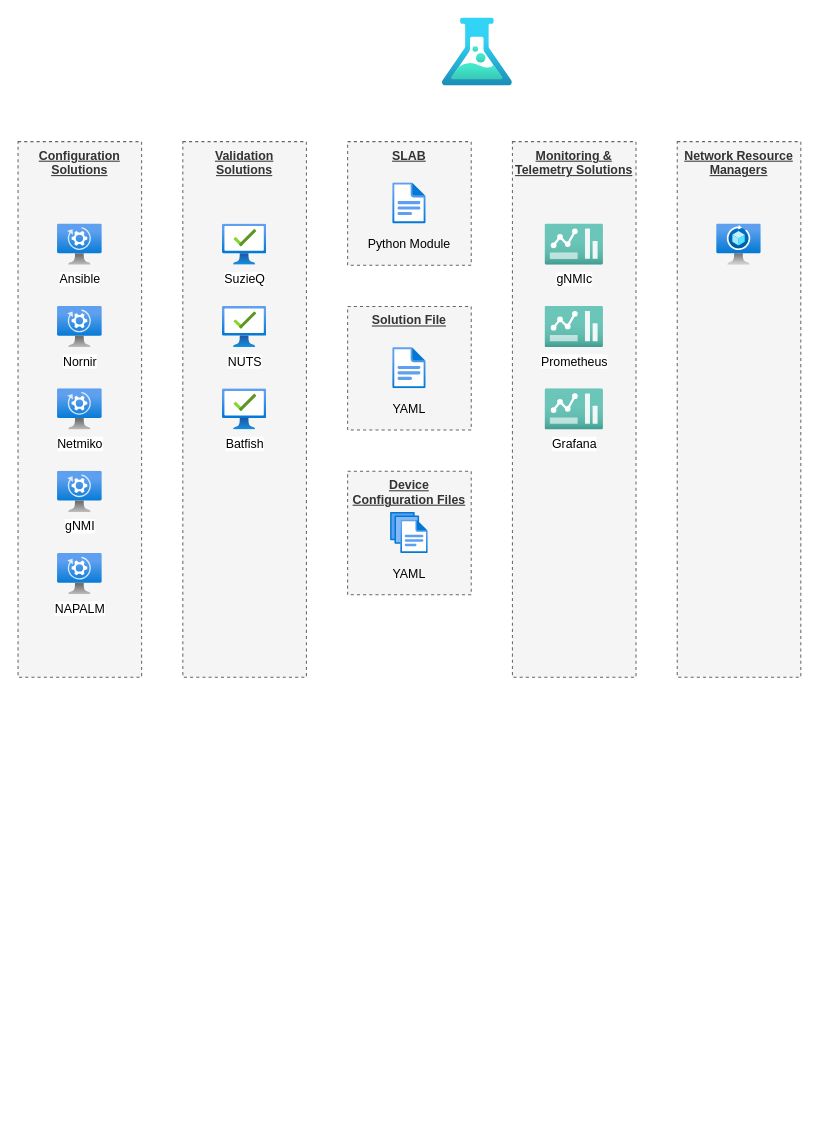
This is page "Overview" (2 of 2) of npa-plane.drawio from commitconfirmed/draw-io, a draw.io file, before an edit. Source tidied: cells renumbered, new cells numbered last; positions are measured from the earlier drawing's top-left corner, leaving out a move shared by most shapes. Both pictures are drawn from the tidied source at 103%, with x=0, y=0 at pixel (18, 18).
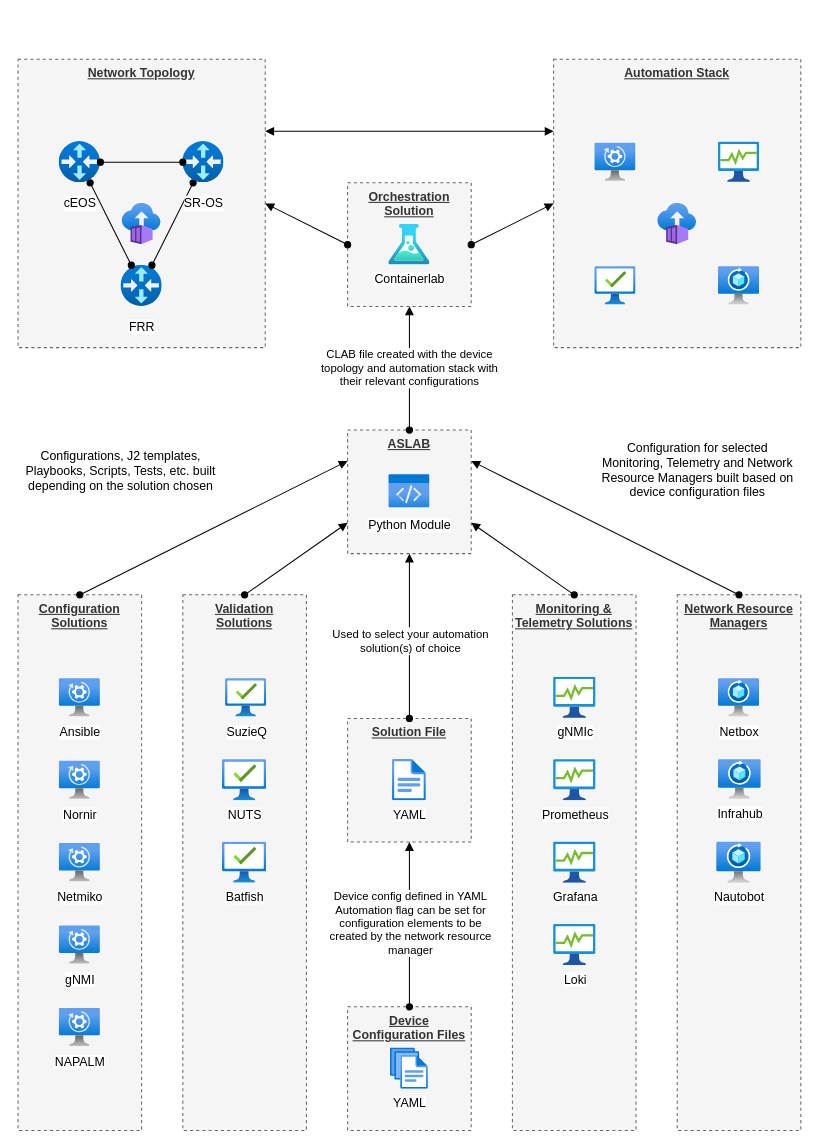
The same page after the edit.

Change to the diagram source:
```diff
@@
     <mxCell id="2" value="&lt;b&gt;&lt;u&gt;Solution File&lt;/u&gt;&lt;/b&gt;" style="rounded=0;whiteSpace=wrap;html=1;dashed=1;fillColor=#f5f5f5;strokeColor=#666666;fontColor=#333333;labelPosition=center;verticalLabelPosition=middle;align=center;verticalAlign=top;spacingTop=0;" parent="1" vertex="1">
-      <mxGeometry x="320" y="280" width="120" height="120" as="geometry" />
+      <mxGeometry x="320" y="680" width="120" height="120" as="geometry" />
     </mxCell>
-    <mxCell id="3" value="YAML" style="text;html=1;align=center;verticalAlign=middle;whiteSpace=wrap;rounded=0;" parent="1" vertex="1">
-      <mxGeometry x="320" y="360" width="120" height="40" as="geometry" />
-    </mxCell>
-    <mxCell id="4" style="image;html=1;align=center;fontSize=12;image=img/lib/azure2/general/File.svg;" parent="1" vertex="1">
-      <mxGeometry x="363.8" y="320" width="32.5" height="40" as="geometry" />
-    </mxCell>
     <mxCell id="5" value="&lt;b&gt;&lt;u&gt;Device Configuration Files&lt;/u&gt;&lt;/b&gt;" style="rounded=0;whiteSpace=wrap;html=1;dashed=1;fillColor=#f5f5f5;strokeColor=#666666;fontColor=#333333;labelPosition=center;verticalLabelPosition=middle;align=center;verticalAlign=top;spacingTop=0;spacing=2;" parent="1" vertex="1">
-      <mxGeometry x="320" y="440" width="120" height="120" as="geometry" />
+      <mxGeometry x="320" y="960" width="120" height="120" as="geometry" />
     </mxCell>
-    <mxCell id="6" value="YAML" style="text;html=1;align=center;verticalAlign=middle;whiteSpace=wrap;rounded=0;" parent="1" vertex="1">
-      <mxGeometry x="320" y="520" width="120" height="40" as="geometry" />
-    </mxCell>
-    <mxCell id="7" style="image;html=1;align=center;fontSize=12;image=img/lib/azure2/general/Files.svg;" parent="1" vertex="1">
-      <mxGeometry x="361.7" y="480" width="36.6" height="40" as="geometry" />
+    <mxCell id="7" value="YAML" style="image;html=1;align=center;fontSize=12;image=img/lib/azure2/general/Files.svg;" parent="1" vertex="1">
+      <mxGeometry x="360" y="1000" width="40" height="40" as="geometry" />
     </mxCell>
-    <mxCell id="8" value="&lt;b&gt;&lt;u&gt;SLAB&lt;/u&gt;&lt;/b&gt;" style="rounded=0;whiteSpace=wrap;html=1;dashed=1;fillColor=#f5f5f5;strokeColor=#666666;fontColor=#333333;labelPosition=center;verticalLabelPosition=middle;align=center;verticalAlign=top;spacingTop=0;" parent="1" vertex="1">
-      <mxGeometry x="320" y="120" width="120" height="120" as="geometry" />
+    <mxCell id="8" value="&lt;b&gt;&lt;u&gt;ASLAB&lt;/u&gt;&lt;/b&gt;" style="rounded=0;whiteSpace=wrap;html=1;dashed=1;fillColor=#f5f5f5;strokeColor=#666666;fontColor=#333333;labelPosition=center;verticalLabelPosition=middle;align=center;verticalAlign=top;spacingTop=0;" parent="1" vertex="1">
+      <mxGeometry x="320" y="400" width="120" height="120" as="geometry" />
     </mxCell>
-    <mxCell id="9" value="Python Module" style="text;html=1;align=center;verticalAlign=middle;whiteSpace=wrap;rounded=0;" parent="1" vertex="1">
-      <mxGeometry x="320" y="200" width="120" height="40" as="geometry" />
-    </mxCell>
-    <mxCell id="10" style="image;html=1;align=center;fontSize=12;image=img/lib/azure2/general/File.svg;" parent="1" vertex="1">
-      <mxGeometry x="363.8" y="160" width="32.5" height="40" as="geometry" />
-    </mxCell>
     <mxCell id="11" value="&lt;b&gt;&lt;u&gt;Configuration Solutions&lt;/u&gt;&lt;/b&gt;" style="rounded=0;whiteSpace=wrap;html=1;dashed=1;fillColor=#f5f5f5;strokeColor=#666666;fontColor=#333333;labelPosition=center;verticalLabelPosition=middle;align=center;verticalAlign=top;spacingTop=0;" parent="1" vertex="1">
-      <mxGeometry y="120" width="120" height="520" as="geometry" />
+      <mxGeometry y="560" width="120" height="520" as="geometry" />
     </mxCell>
-    <mxCell id="12" style="image;html=1;align=center;fontSize=12;image=img/lib/azure2/general/Load_Test.svg;" parent="1" vertex="1">
-      <mxGeometry x="412" width="68" height="66" as="geometry" />
-    </mxCell>
     <mxCell id="13" value="Ansible" style="image;html=1;align=center;fontSize=12;image=img/lib/azure2/compute/Automanaged_VM.svg;" parent="1" vertex="1">
-      <mxGeometry x="38.1" y="200" width="43.9" height="40" as="geometry" />
+      <mxGeometry x="40" y="640" width="40" height="40" as="geometry" />
     </mxCell>
-    <mxCell id="14" value="Nornir" style="image;html=1;align=center;fontSize=12;image=img/lib/azure2/compute/Automanaged_VM.svg;" parent="1" vertex="1">
-      <mxGeometry x="38.1" y="280" width="43.9" height="40" as="geometry" />
-    </mxCell>
-    <mxCell id="15" value="Netmiko" style="image;html=1;align=center;fontSize=12;image=img/lib/azure2/compute/Automanaged_VM.svg;" parent="1" vertex="1">
-      <mxGeometry x="38.1" y="360" width="43.9" height="40" as="geometry" />
-    </mxCell>
-    <mxCell id="16" value="gNMI" style="image;html=1;align=center;fontSize=12;image=img/lib/azure2/compute/Automanaged_VM.svg;" parent="1" vertex="1">
-      <mxGeometry x="38.1" y="440" width="43.9" height="40" as="geometry" />
-    </mxCell>
-    <mxCell id="17" value="NAPALM" style="image;html=1;align=center;fontSize=12;image=img/lib/azure2/compute/Automanaged_VM.svg;" parent="1" vertex="1">
-      <mxGeometry x="38.1" y="520" width="43.9" height="40" as="geometry" />
-    </mxCell>
     <mxCell id="18" value="&lt;b&gt;&lt;u&gt;Validation&lt;/u&gt;&lt;/b&gt;&lt;div&gt;&lt;b&gt;&lt;u&gt;Solutions&lt;/u&gt;&lt;/b&gt;&lt;/div&gt;" style="rounded=0;whiteSpace=wrap;html=1;dashed=1;fillColor=#f5f5f5;strokeColor=#666666;fontColor=#333333;labelPosition=center;verticalLabelPosition=middle;align=center;verticalAlign=top;spacingTop=0;" parent="1" vertex="1">
-      <mxGeometry x="160" y="120" width="120" height="520" as="geometry" />
+      <mxGeometry x="160" y="560" width="120" height="520" as="geometry" />
     </mxCell>
     <mxCell id="19" value="SuzieQ" style="image;html=1;align=center;fontSize=12;image=img/lib/azure2/management_governance/Managed_Desktop.svg;" parent="1" vertex="1">
-      <mxGeometry x="198.5" y="200" width="43" height="40" as="geometry" />
+      <mxGeometry x="201.5" y="640" width="40" height="40" as="geometry" />
     </mxCell>
     <mxCell id="20" value="NUTS" style="image;html=1;align=center;fontSize=12;image=img/lib/azure2/management_governance/Managed_Desktop.svg;" parent="1" vertex="1">
-      <mxGeometry x="198.5" y="280" width="43" height="40" as="geometry" />
+      <mxGeometry x="198.5" y="720" width="43" height="40" as="geometry" />
     </mxCell>
     <mxCell id="21" value="Batfish" style="image;html=1;align=center;fontSize=12;image=img/lib/azure2/management_governance/Managed_Desktop.svg;" parent="1" vertex="1">
-      <mxGeometry x="198.5" y="360" width="43" height="40" as="geometry" />
+      <mxGeometry x="198.5" y="800" width="43" height="40" as="geometry" />
     </mxCell>
     <mxCell id="22" value="&lt;b&gt;&lt;u&gt;Monitoring &amp;amp; Telemetry Solutions&lt;/u&gt;&lt;/b&gt;" style="rounded=0;whiteSpace=wrap;html=1;dashed=1;fillColor=#f5f5f5;strokeColor=#666666;fontColor=#333333;labelPosition=center;verticalLabelPosition=middle;align=center;verticalAlign=top;spacingTop=0;" parent="1" vertex="1">
-      <mxGeometry x="480" y="120" width="120" height="520" as="geometry" />
+      <mxGeometry x="480" y="560" width="120" height="520" as="geometry" />
     </mxCell>
+    <mxCell id="26" value="&lt;b&gt;&lt;u&gt;Network Resource Managers&lt;/u&gt;&lt;/b&gt;" style="rounded=0;whiteSpace=wrap;html=1;dashed=1;fillColor=#f5f5f5;strokeColor=#666666;fontColor=#333333;labelPosition=center;verticalLabelPosition=middle;align=center;verticalAlign=top;spacingTop=0;" parent="1" vertex="1">
+      <mxGeometry x="640" y="560" width="120" height="520" as="geometry" />
+    </mxCell>
+    <mxCell id="27" value="Netbox" style="image;html=1;align=center;fontSize=12;image=img/lib/azure2/networking/Spot_VM.svg;" parent="1" vertex="1">
+      <mxGeometry x="680" y="640" width="40" height="40" as="geometry" />
+    </mxCell>
+    <mxCell id="28" value="Infrahub" style="image;html=1;align=center;fontSize=12;image=img/lib/azure2/networking/Spot_VM.svg;" parent="1" vertex="1">
+      <mxGeometry x="680" y="720" width="41.6" height="38.5" as="geometry" />
+    </mxCell>
+    <mxCell id="29" value="Nautobot" style="image;html=1;align=center;fontSize=12;image=img/lib/azure2/networking/Spot_VM.svg;" parent="1" vertex="1">
+      <mxGeometry x="678.3" y="800" width="43.3" height="40" as="geometry" />
+    </mxCell>
+    <mxCell id="30" value="&lt;b&gt;&lt;u&gt;Orchestration Solution&lt;/u&gt;&lt;/b&gt;" style="rounded=0;whiteSpace=wrap;html=1;dashed=1;fillColor=#f5f5f5;strokeColor=#666666;fontColor=#333333;labelPosition=center;verticalLabelPosition=middle;align=center;verticalAlign=top;spacingTop=0;" parent="1" vertex="1">
+      <mxGeometry x="320" y="160" width="120" height="120" as="geometry" />
+    </mxCell>
+    <mxCell id="12" value="Containerlab" style="image;html=1;align=center;fontSize=12;image=img/lib/azure2/general/Load_Test.svg;" parent="1" vertex="1">
+      <mxGeometry x="360" y="200" width="40" height="40" as="geometry" />
+    </mxCell>
+    <mxCell id="31" value="&lt;b&gt;&lt;u&gt;Network Topology&lt;/u&gt;&lt;/b&gt;" style="rounded=0;whiteSpace=wrap;html=1;dashed=1;fillColor=#f5f5f5;strokeColor=#666666;fontColor=#333333;labelPosition=center;verticalLabelPosition=middle;align=center;verticalAlign=top;spacingTop=0;" parent="1" vertex="1">
+      <mxGeometry y="40" width="240" height="280" as="geometry" />
+    </mxCell>
+    <mxCell id="32" value="&lt;b&gt;&lt;u&gt;Automation Stack&lt;/u&gt;&lt;/b&gt;" style="rounded=0;whiteSpace=wrap;html=1;dashed=1;fillColor=#f5f5f5;strokeColor=#666666;fontColor=#333333;labelPosition=center;verticalLabelPosition=middle;align=center;verticalAlign=top;spacingTop=0;" parent="1" vertex="1">
+      <mxGeometry x="520" y="40" width="240" height="280" as="geometry" />
+    </mxCell>
+    <mxCell id="33" value="FRR" style="image;html=1;points=[];align=center;fontSize=12;image=img/lib/azure2/networking/Virtual_Router.svg;verticalAlign=middle;" parent="1" vertex="1">
+      <mxGeometry x="100" y="240" width="40" height="40" as="geometry" />
+    </mxCell>
+    <mxCell id="34" style="rounded=0;jettySize=auto;html=1;endArrow=oval;endFill=1;startArrow=oval;startFill=1;" parent="1" edge="1" source="33" target="37">
+      <mxGeometry relative="1" as="geometry" />
+    </mxCell>
+    <mxCell id="35" style="rounded=0;jettySize=auto;html=1;endArrow=oval;endFill=1;startArrow=oval;startFill=1;" parent="1" edge="1" source="33" target="36">
+      <mxGeometry relative="1" as="geometry" />
+    </mxCell>
+    <mxCell id="36" value="SR-OS" style="image;html=1;points=[];align=center;fontSize=12;image=img/lib/azure2/networking/Virtual_Router.svg;verticalAlign=middle;" parent="1" vertex="1">
+      <mxGeometry x="160" y="120" width="40" height="40" as="geometry" />
+    </mxCell>
+    <mxCell id="37" value="cEOS" style="image;html=1;points=[];align=center;fontSize=12;image=img/lib/azure2/networking/Virtual_Router.svg;verticalAlign=middle;" parent="1" vertex="1">
+      <mxGeometry x="40" y="120" width="40" height="40" as="geometry" />
+    </mxCell>
+    <mxCell id="38" style="rounded=0;jettySize=auto;html=1;endArrow=oval;endFill=1;startArrow=oval;startFill=1;" parent="1" edge="1" source="36" target="37">
+      <mxGeometry relative="1" as="geometry" />
+    </mxCell>
+    <mxCell id="39" style="image;html=1;align=center;fontSize=12;image=img/lib/azure2/compute/Automanaged_VM.svg;" parent="1" vertex="1">
+      <mxGeometry x="560" y="120" width="40" height="40" as="geometry" />
+    </mxCell>
+    <mxCell id="40" style="image;html=1;align=center;fontSize=12;image=img/lib/azure2/management_governance/Managed_Desktop.svg;" parent="1" vertex="1">
+      <mxGeometry x="560" y="240" width="40" height="40" as="geometry" />
+    </mxCell>
-    <mxCell id="23" value="gNMIc" style="image;html=1;align=center;fontSize=12;image=img/lib/azure2/general/Dashboard2.svg;" parent="1" vertex="1">
-      <mxGeometry x="511.7" y="200" width="56.7" height="40" as="geometry" />
+    <mxCell id="23" value="gNMIc" style="image;html=1;align=center;fontSize=12;image=img/lib/azure2/general/Process_Explorer.svg;" parent="1" vertex="1">
+      <mxGeometry x="520" y="640" width="41.2" height="40" as="geometry" />
     </mxCell>
-    <mxCell id="24" value="Prometheus" style="image;html=1;align=center;fontSize=12;image=img/lib/azure2/general/Dashboard2.svg;" parent="1" vertex="1">
-      <mxGeometry x="511.7" y="280" width="56.7" height="40" as="geometry" />
+    <mxCell id="24" value="Prometheus" style="image;html=1;align=center;fontSize=12;image=img/lib/azure2/general/Process_Explorer.svg;" parent="1" vertex="1">
+      <mxGeometry x="520" y="720" width="41.2" height="40" as="geometry" />
     </mxCell>
-    <mxCell id="25" value="Grafana" style="image;html=1;align=center;fontSize=12;image=img/lib/azure2/general/Dashboard2.svg;" parent="1" vertex="1">
-      <mxGeometry x="511.7" y="360" width="56.7" height="40" as="geometry" />
+    <mxCell id="25" value="Grafana" style="image;html=1;align=center;fontSize=12;image=img/lib/azure2/general/Process_Explorer.svg;" parent="1" vertex="1">
+      <mxGeometry x="520" y="800" width="41.2" height="40" as="geometry" />
     </mxCell>
-    <mxCell id="26" value="&lt;b&gt;&lt;u&gt;Network Resource Managers&lt;/u&gt;&lt;/b&gt;" style="rounded=0;whiteSpace=wrap;html=1;dashed=1;fillColor=#f5f5f5;strokeColor=#666666;fontColor=#333333;labelPosition=center;verticalLabelPosition=middle;align=center;verticalAlign=top;spacingTop=0;" parent="1" vertex="1">
-      <mxGeometry x="640" y="120" width="120" height="520" as="geometry" />
-    </mxCell>
-    <mxCell id="27" style="image;html=1;align=center;fontSize=12;image=img/lib/azure2/networking/Spot_VM.svg;" parent="1" vertex="1">
-      <mxGeometry x="678.3" y="200" width="43.3" height="40" as="geometry" />
-    </mxCell>
+    <mxCell id="41" value="Loki" style="image;html=1;align=center;fontSize=12;image=img/lib/azure2/general/Process_Explorer.svg;" parent="1" vertex="1">
+      <mxGeometry x="520" y="880" width="41.2" height="40" as="geometry" />
+    </mxCell>
+    <mxCell id="42" style="image;html=1;align=center;fontSize=12;image=img/lib/azure2/general/Process_Explorer.svg;" parent="1" vertex="1">
+      <mxGeometry x="680" y="120" width="40" height="40" as="geometry" />
+    </mxCell>
+    <mxCell id="43" style="image;html=1;align=center;fontSize=12;image=img/lib/azure2/networking/Spot_VM.svg;" parent="1" vertex="1">
+      <mxGeometry x="680" y="240" width="40" height="40" as="geometry" />
+    </mxCell>
+    <mxCell id="44" value="YAML" style="image;html=1;align=center;fontSize=12;image=img/lib/azure2/general/File.svg;" parent="1" vertex="1">
+      <mxGeometry x="360" y="720" width="40" height="40" as="geometry" />
+    </mxCell>
+    <mxCell id="9" value="Python Module" style="image;html=1;align=center;fontSize=12;image=img/lib/azure2/general/Code.svg;" parent="1" vertex="1">
+      <mxGeometry x="360" y="440" width="40" height="39" as="geometry" />
+    </mxCell>
+    <mxCell id="45" style="image;html=1;align=center;fontSize=12;image=img/lib/azure2/containers/Container_Instances.svg;" parent="1" vertex="1">
+      <mxGeometry x="100" y="180" width="40" height="40" as="geometry" />
+    </mxCell>
+    <mxCell id="46" style="image;html=1;align=center;fontSize=12;image=img/lib/azure2/containers/Container_Instances.svg;" parent="1" vertex="1">
+      <mxGeometry x="620" y="180" width="40" height="40" as="geometry" />
+    </mxCell>
+    <mxCell id="14" value="Nornir" style="image;html=1;align=center;fontSize=12;image=img/lib/azure2/compute/Automanaged_VM.svg;" parent="1" vertex="1">
+      <mxGeometry x="40" y="720" width="40" height="40" as="geometry" />
+    </mxCell>
+    <mxCell id="15" value="Netmiko" style="image;html=1;align=center;fontSize=12;image=img/lib/azure2/compute/Automanaged_VM.svg;" parent="1" vertex="1">
+      <mxGeometry x="40" y="800" width="40" height="40" as="geometry" />
+    </mxCell>
+    <mxCell id="16" value="gNMI" style="image;html=1;align=center;fontSize=12;image=img/lib/azure2/compute/Automanaged_VM.svg;" parent="1" vertex="1">
+      <mxGeometry x="40" y="880" width="40" height="40" as="geometry" />
+    </mxCell>
+    <mxCell id="17" value="NAPALM" style="image;html=1;align=center;fontSize=12;image=img/lib/azure2/compute/Automanaged_VM.svg;" parent="1" vertex="1">
+      <mxGeometry x="40" y="960" width="40" height="40" as="geometry" />
+    </mxCell>
+    <mxCell id="47" style="rounded=0;jettySize=auto;html=1;endArrow=block;endFill=1;startArrow=oval;startFill=1;exitX=0.5;exitY=0;exitDx=0;exitDy=0;entryX=0.5;entryY=1;entryDx=0;entryDy=0;" parent="1" edge="1" source="5" target="2">
+      <mxGeometry relative="1" as="geometry" />
+    </mxCell>
+    <mxCell id="48" value="Device config defined in YAML&lt;div&gt;Automation flag can be set for&lt;/div&gt;&lt;div&gt;configuration elements to be&lt;/div&gt;&lt;div&gt;created by the network resource&lt;/div&gt;&lt;div&gt;manager&lt;/div&gt;" style="edgeLabel;html=1;align=center;verticalAlign=middle;" parent="47" vertex="1">
+      <mxGeometry x="0.1" relative="1" as="geometry">
+        <mxPoint y="6" as="offset" />
+      </mxGeometry>
+    </mxCell>
+    <mxCell id="49" style="rounded=0;jettySize=auto;html=1;endArrow=block;endFill=1;startArrow=oval;startFill=1;exitX=0.5;exitY=0;exitDx=0;exitDy=0;entryX=0.5;entryY=1;entryDx=0;entryDy=0;" parent="1" edge="1" source="2" target="8">
+      <mxGeometry relative="1" as="geometry" />
+    </mxCell>
+    <mxCell id="50" value="Used to select your automation&lt;br&gt;solution(s) of choice" style="edgeLabel;html=1;align=center;verticalAlign=middle;" parent="49" vertex="1">
+      <mxGeometry x="0.2" relative="1" as="geometry">
+        <mxPoint y="20" as="offset" />
+      </mxGeometry>
+    </mxCell>
+    <mxCell id="51" style="rounded=0;jettySize=auto;html=1;endArrow=block;endFill=1;startArrow=oval;startFill=1;entryX=0;entryY=0.25;entryDx=0;entryDy=0;exitX=0.5;exitY=0;exitDx=0;exitDy=0;" parent="1" edge="1" source="11" target="8">
+      <mxGeometry relative="1" as="geometry" />
+    </mxCell>
+    <mxCell id="52" style="rounded=0;jettySize=auto;html=1;endArrow=block;endFill=1;startArrow=oval;startFill=1;entryX=1;entryY=0.25;entryDx=0;entryDy=0;exitX=0.5;exitY=0;exitDx=0;exitDy=0;" parent="1" edge="1" source="26" target="8">
+      <mxGeometry relative="1" as="geometry" />
+    </mxCell>
+    <mxCell id="53" style="rounded=0;jettySize=auto;html=1;endArrow=block;endFill=1;startArrow=oval;startFill=1;entryX=0;entryY=0.75;entryDx=0;entryDy=0;exitX=0.5;exitY=0;exitDx=0;exitDy=0;" parent="1" edge="1" source="18" target="8">
+      <mxGeometry relative="1" as="geometry" />
+    </mxCell>
+    <mxCell id="54" style="rounded=0;jettySize=auto;html=1;endArrow=block;endFill=1;startArrow=oval;startFill=1;entryX=1;entryY=0.75;entryDx=0;entryDy=0;exitX=0.5;exitY=0;exitDx=0;exitDy=0;" parent="1" edge="1" source="22" target="8">
+      <mxGeometry relative="1" as="geometry" />
+    </mxCell>
+    <mxCell id="55" value="Configurations, J2 templates, Playbooks, Scripts, Tests, etc. built depending on the solution chosen" style="text;html=1;align=center;verticalAlign=middle;whiteSpace=wrap;rounded=0;" parent="1" vertex="1">
+      <mxGeometry y="400" width="200" height="80" as="geometry" />
+    </mxCell>
+    <mxCell id="56" value="Configuration for selected Monitoring, Telemetry and Network Resource Managers built based on device configuration files" style="text;html=1;align=center;verticalAlign=middle;whiteSpace=wrap;rounded=0;" parent="1" vertex="1">
+      <mxGeometry x="560" y="399" width="200" height="80" as="geometry" />
+    </mxCell>
+    <mxCell id="57" value="CLAB file created with the device&lt;div&gt;topology and automation stack with&lt;/div&gt;&lt;div&gt;their relevant configurations&lt;/div&gt;" style="rounded=0;jettySize=auto;html=1;endArrow=block;endFill=1;startArrow=oval;startFill=1;entryX=0.5;entryY=1;entryDx=0;entryDy=0;exitX=0.5;exitY=0;exitDx=0;exitDy=0;" parent="1" edge="1" source="8" target="30">
+      <mxGeometry relative="1" as="geometry" />
+    </mxCell>
+    <mxCell id="58" style="rounded=0;jettySize=auto;html=1;endArrow=block;endFill=1;startArrow=oval;startFill=1;entryX=0;entryY=0.5;entryDx=0;entryDy=0;exitX=1;exitY=0.5;exitDx=0;exitDy=0;" parent="1" edge="1" source="30" target="32">
+      <mxGeometry relative="1" as="geometry" />
+    </mxCell>
+    <mxCell id="59" style="rounded=0;jettySize=auto;html=1;endArrow=block;endFill=1;startArrow=oval;startFill=1;entryX=1;entryY=0.5;entryDx=0;entryDy=0;exitX=0;exitY=0.5;exitDx=0;exitDy=0;" parent="1" edge="1" source="30" target="31">
+      <mxGeometry relative="1" as="geometry" />
+    </mxCell>
+    <mxCell id="60" style="rounded=0;jettySize=auto;html=1;endArrow=block;endFill=1;startArrow=block;startFill=1;entryX=1;entryY=0.25;entryDx=0;entryDy=0;exitX=0;exitY=0.25;exitDx=0;exitDy=0;" parent="1" edge="1" source="32" target="31">
+      <mxGeometry relative="1" as="geometry" />
+    </mxCell>
```
